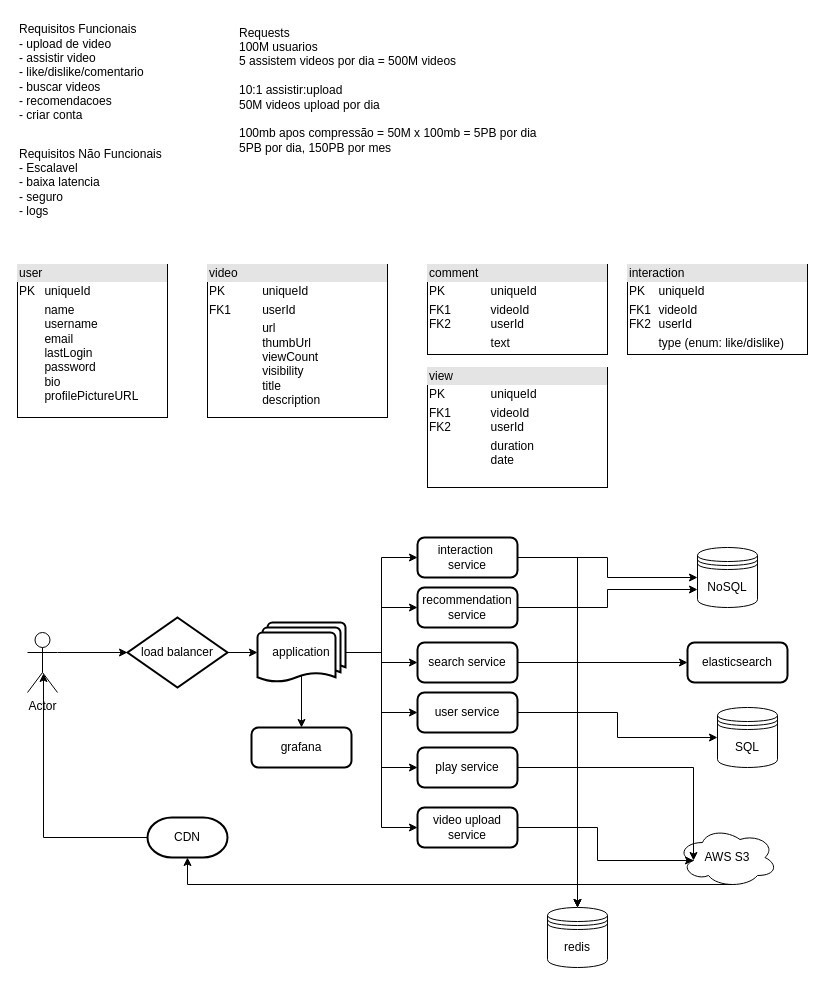
This is Diagrama sem nome.drawio from barbs-pm/lld, a draw.io file, before an edit. Source tidied: cells renumbered, new cells numbered last; positions are measured from the earlier drawing's top-left corner, leaving out a move shared by most shapes. Both pictures are drawn from the tidied source at 100%, with x=0, y=0 at pixel (17, 17).
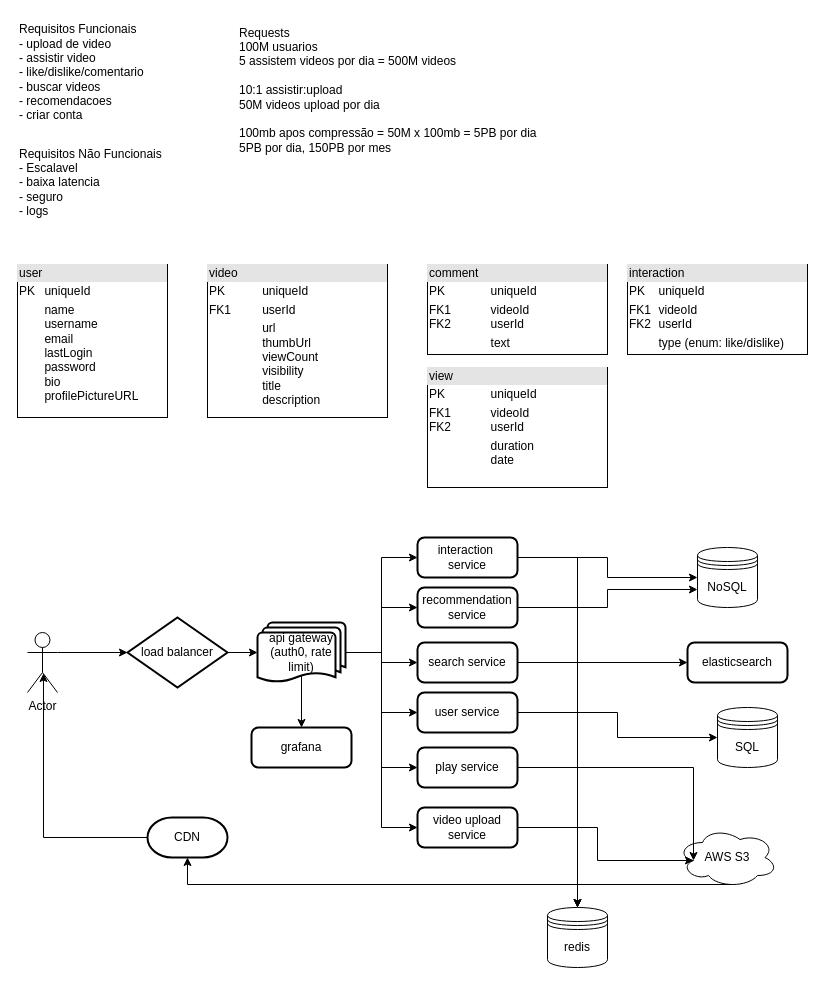
The same diagram, later.

Commit message:
update api gateway youtube

Change to the diagram source:
```diff
@@
-    <mxCell id="18" value="application" style="strokeWidth=2;html=1;shape=mxgraph.flowchart.multi-document;whiteSpace=wrap;" parent="1" vertex="1">
+    <mxCell id="18" value="api gateway&lt;br&gt;(auth0, rate limit)" style="strokeWidth=2;html=1;shape=mxgraph.flowchart.multi-document;whiteSpace=wrap;" parent="1" vertex="1">
       <mxGeometry x="240" y="605" width="88" height="60" as="geometry" />
     </mxCell>
```
